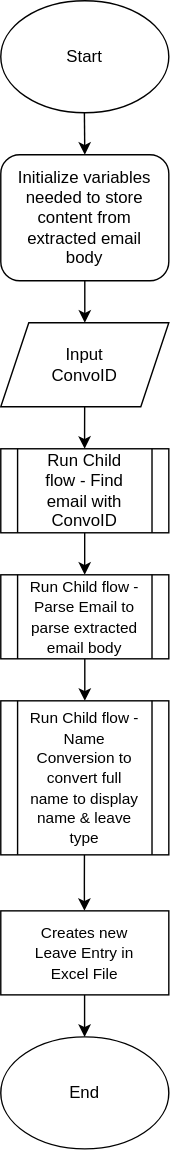
Above: leave_creation_child_flowchart.drawio.svg in haowern98/readme (draw.io), before the change. Source tidied: cells renumbered, new cells last; positions are measured from the earlier drawing's top-left corner, leaving out a move shared by most shapes.
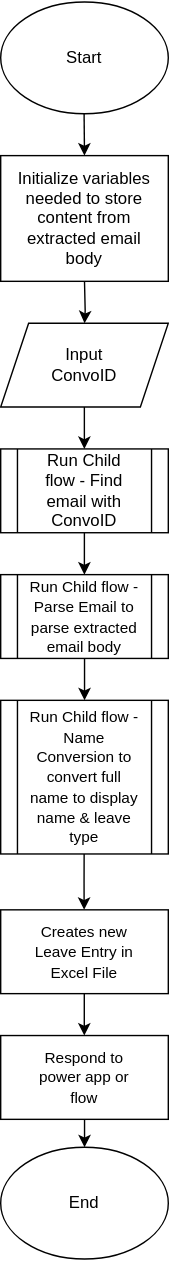
Above is the later version.

The edit, as a diff of the source:
```diff
@@ -2,18 +2,20 @@
   <root>
     <mxCell id="0" />
     <mxCell id="1" parent="0" />
+    <mxCell id="25" style="rounded=0;whiteSpace=wrap;html=1;" parent="1" vertex="1">
+      <mxGeometry y="110" width="120" height="90" as="geometry" />
+    </mxCell>
     <mxCell id="2" style="ellipse;whiteSpace=wrap;html=1;" parent="1" vertex="1">
       <mxGeometry width="120" height="80" as="geometry" />
     </mxCell>
     <mxCell id="3" value="&lt;font&gt;Start&lt;/font&gt;" style="text;html=1;align=center;verticalAlign=middle;whiteSpace=wrap;rounded=0;" parent="1" vertex="1">
       <mxGeometry x="30" y="25" width="60" height="30" as="geometry" />
     </mxCell>
-    <mxCell id="4" style="edgeStyle=orthogonalEdgeStyle;rounded=0;jettySize=auto;html=1;" parent="1" edge="1" source="5" target="9">
-      <mxGeometry relative="1" as="geometry" />
+    <mxCell id="4" style="edgeStyle=orthogonalEdgeStyle;rounded=0;jettySize=auto;html=1;" parent="1" edge="1" target="9">
+      <mxGeometry relative="1" as="geometry">
+        <mxPoint x="60" y="200" as="sourcePoint" />
+      </mxGeometry>
     </mxCell>
-    <mxCell id="5" style="rounded=1;whiteSpace=wrap;html=1;" parent="1" vertex="1">
-      <mxGeometry y="110" width="120" height="90" as="geometry" />
-    </mxCell>
     <mxCell id="6" value="Initialize variables needed to store content from extracted email body" style="text;html=1;align=center;verticalAlign=middle;whiteSpace=wrap;rounded=0;" parent="1" vertex="1">
       <mxGeometry x="10" y="132.5" width="100" height="45" as="geometry" />
     </mxCell>
@@ -89,10 +91,21 @@
       <mxGeometry x="20" y="665" width="80" height="30" as="geometry" />
     </mxCell>
     <mxCell id="23" style="ellipse;whiteSpace=wrap;html=1;" parent="1" vertex="1">
-      <mxGeometry y="740" width="120" height="80" as="geometry" />
+      <mxGeometry y="820" width="120" height="80" as="geometry" />
     </mxCell>
     <mxCell id="24" value="&lt;font&gt;End&lt;/font&gt;" style="text;html=1;align=center;verticalAlign=middle;whiteSpace=wrap;rounded=0;" parent="1" vertex="1">
-      <mxGeometry x="30" y="765" width="60" height="30" as="geometry" />
+      <mxGeometry x="30" y="845" width="60" height="30" as="geometry" />
     </mxCell>
+    <mxCell id="26" style="edgeStyle=orthogonalEdgeStyle;rounded=0;jettySize=auto;html=1;" parent="1" edge="1" source="27">
+      <mxGeometry relative="1" as="geometry">
+        <mxPoint x="60" y="820" as="targetPoint" />
+      </mxGeometry>
+    </mxCell>
+    <mxCell id="27" style="rounded=0;whiteSpace=wrap;html=1;" parent="1" vertex="1">
+      <mxGeometry y="740" width="120" height="60" as="geometry" />
+    </mxCell>
+    <mxCell id="28" value="&lt;span style=&quot;font-size: 11px;&quot;&gt;Respond to power app or flow&lt;/span&gt;" style="text;html=1;align=center;verticalAlign=middle;whiteSpace=wrap;rounded=0;" parent="1" vertex="1">
+      <mxGeometry x="20" y="755" width="80" height="30" as="geometry" />
+    </mxCell>
   </root>
 </mxGraphModel>
```
